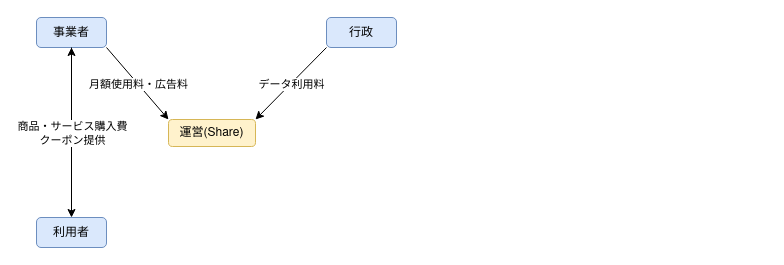
Above: docs/figure/softmoney.drawio in r02092/se2025 (draw.io), before the change. Source tidied: cells renumbered, new cells numbered last; positions are measured from the earlier drawing's top-left corner, leaving out a move shared by most shapes. Both pictures are drawn from the tidied source at 100%, with x=0, y=0 at pixel (36, 17).
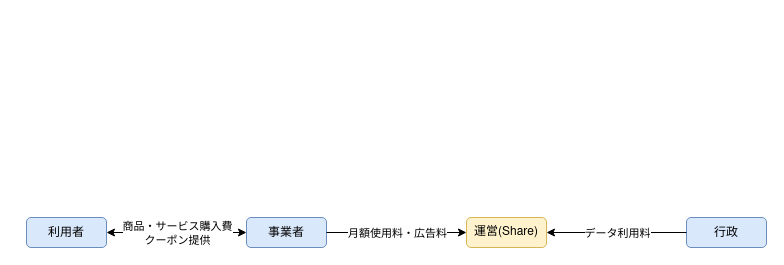
After the change.

Commit message (it also covers changes not shown here):
金銭の流れの図の形を変更

What changed in the source:
```diff
@@
 <mxGraphModel>
   <root>
     <mxCell id="0" />
     <mxCell id="1" parent="0" />
     <mxCell id="2" value="運営(Share)" style="rounded=1;whiteSpace=wrap;html=1;fillColor=#fff2cc;strokeColor=#d6b656;fontFamily=Nimbus Sans;" parent="1" vertex="1">
-      <mxGeometry x="132" y="102" width="87" height="27" as="geometry" />
+      <mxGeometry x="430" y="200" width="80" height="30" as="geometry" />
     </mxCell>
     <mxCell id="3" value="事業者" style="rounded=1;whiteSpace=wrap;html=1;fillColor=#dae8fc;strokeColor=#6c8ebf;" parent="1" vertex="1">
-      <mxGeometry width="70" height="30" as="geometry" />
+      <mxGeometry x="210" y="200" width="80" height="30" as="geometry" />
     </mxCell>
-    <mxCell id="4" style="endArrow=classic;html=1;rounded=0;exitX=1;exitY=1;exitDx=0;exitDy=0;entryX=0;entryY=0;entryDx=0;entryDy=0;" parent="1" edge="1" source="3" target="2">
+    <mxCell id="4" style="endArrow=classic;html=1;rounded=0;exitX=1;exitY=0.5;exitDx=0;exitDy=0;entryX=0;entryY=0.5;entryDx=0;entryDy=0;startArrow=none;startFill=0;" parent="1" edge="1" source="3" target="2">
       <mxGeometry relative="1" as="geometry" />
     </mxCell>
     <mxCell id="5" value="月額使用料・広告料" style="edgeLabel;html=1;align=center;verticalAlign=middle;" parent="4" vertex="1">
       <mxGeometry relative="1" as="geometry" />
     </mxCell>
     <mxCell id="6" value="行政" style="rounded=1;whiteSpace=wrap;html=1;fillColor=#dae8fc;strokeColor=#6c8ebf;" parent="1" vertex="1">
-      <mxGeometry x="290" width="70" height="30" as="geometry" />
+      <mxGeometry x="650" y="200" width="80" height="30" as="geometry" />
     </mxCell>
-    <mxCell id="7" style="endArrow=classic;html=1;rounded=0;exitX=0;exitY=1;exitDx=0;exitDy=0;entryX=1;entryY=0;entryDx=0;entryDy=0;" parent="1" edge="1" source="6" target="2">
+    <mxCell id="7" style="endArrow=classic;html=1;rounded=0;exitX=0;exitY=0.5;exitDx=0;exitDy=0;entryX=1;entryY=0.5;entryDx=0;entryDy=0;" parent="1" edge="1" source="6" target="2">
       <mxGeometry relative="1" as="geometry" />
     </mxCell>
     <mxCell id="8" value="データ利用料" style="edgeLabel;html=1;align=center;verticalAlign=middle;" parent="7" vertex="1">
       <mxGeometry relative="1" as="geometry" />
     </mxCell>
     <mxCell id="9" value="利用者" style="rounded=1;whiteSpace=wrap;html=1;fillColor=#dae8fc;strokeColor=#6c8ebf;" parent="1" vertex="1">
-      <mxGeometry y="200" width="70" height="30" as="geometry" />
+      <mxGeometry x="-10" y="200" width="80" height="30" as="geometry" />
     </mxCell>
-    <mxCell id="10" style="endArrow=classic;html=1;rounded=0;exitX=0.5;exitY=1;exitDx=0;exitDy=0;entryX=0.5;entryY=0;entryDx=0;entryDy=0;" parent="1" edge="1" source="3" target="9">
+    <mxCell id="10" style="endArrow=classic;html=1;rounded=0;entryX=1;entryY=0.5;entryDx=0;entryDy=0;exitX=0;exitY=0.5;exitDx=0;exitDy=0;startArrow=classic;startFill=1;" parent="1" edge="1" source="3" target="9">
       <mxGeometry relative="1" as="geometry" />
     </mxCell>
     <mxCell id="11" value="商品・サービス購入費&lt;div&gt;クーポン提供&lt;/div&gt;" style="edgeLabel;html=1;align=center;verticalAlign=middle;" parent="10" vertex="1">
       <mxGeometry relative="1" as="geometry" />
     </mxCell>
-    <mxCell id="12" style="endArrow=classic;html=1;rounded=0;entryX=0.5;entryY=1;entryDx=0;entryDy=0;" parent="1" edge="1" target="3">
-      <mxGeometry relative="1" as="geometry">
-        <mxPoint x="35" y="100" as="sourcePoint" />
-      </mxGeometry>
-    </mxCell>
   </root>
 </mxGraphModel>
```
